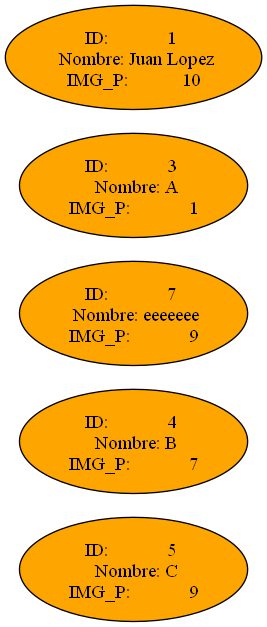
The Graphviz diagram TopImgPequena.png in helenrodas/fase1ProyectoEdd, before a commit. Its source is kept beside it as TopImgPequena.dot.
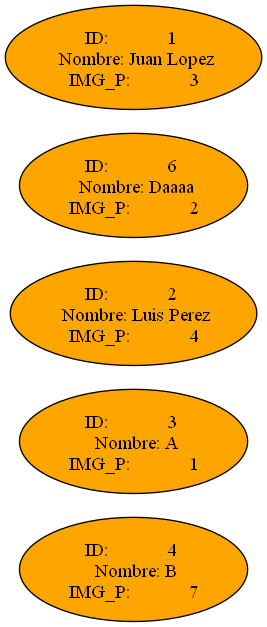
Above is the later version.

Diff of the diagram source:
```diff
@@ -2,11 +2,11 @@
    node [shape=ellipse];
    rankdir=LR
    graph [ bgcolor=white];
- "nodo    0"[label="ID:            5 \n Nombre: C\n IMG_P:            9 ", fillcolor=orange, style=filled];
- "nodo    1"[label="ID:            4 \n Nombre: B\n IMG_P:            7 ", fillcolor=orange, style=filled];
- "nodo    2"[label="ID:            7 \n Nombre: eeeeeee\n IMG_P:            9 ", fillcolor=orange, style=filled];
- "nodo    3"[label="ID:            3 \n Nombre: A\n IMG_P:            1 ", fillcolor=orange, style=filled];
- "nodo    4"[label="ID:            1 \n Nombre: Juan Lopez\n IMG_P:           10 ", fillcolor=orange, style=filled];
+ "nodo    0"[label="ID:            4 \n Nombre: B\n IMG_P:            7 ", fillcolor=orange, style=filled];
+ "nodo    1"[label="ID:            3 \n Nombre: A\n IMG_P:            1 ", fillcolor=orange, style=filled];
+ "nodo    2"[label="ID:            2 \n Nombre: Luis Perez\n IMG_P:            4 ", fillcolor=orange, style=filled];
+ "nodo    3"[label="ID:            6 \n Nombre: Daaaa\n IMG_P:            2 ", fillcolor=orange, style=filled];
+ "nodo    4"[label="ID:            1 \n Nombre: Juan Lopez\n IMG_P:            3 ", fillcolor=orange, style=filled];
 
  rankdir = LR
  }
```
